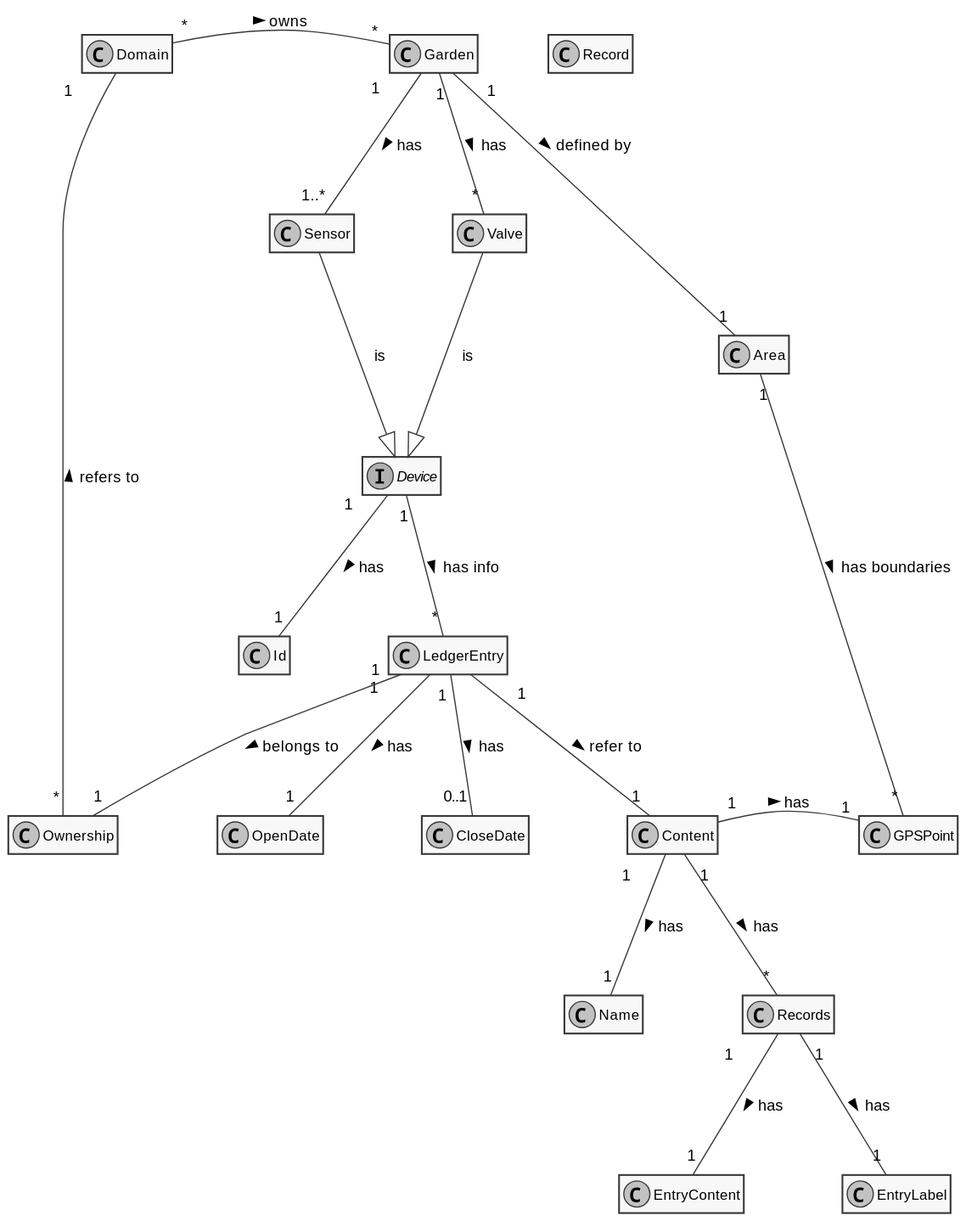
Before: docs/services/smart-irrigation/diagrams/model.svg, a diagram exported from PlantUML (FilipeMCruz/sensae-console).
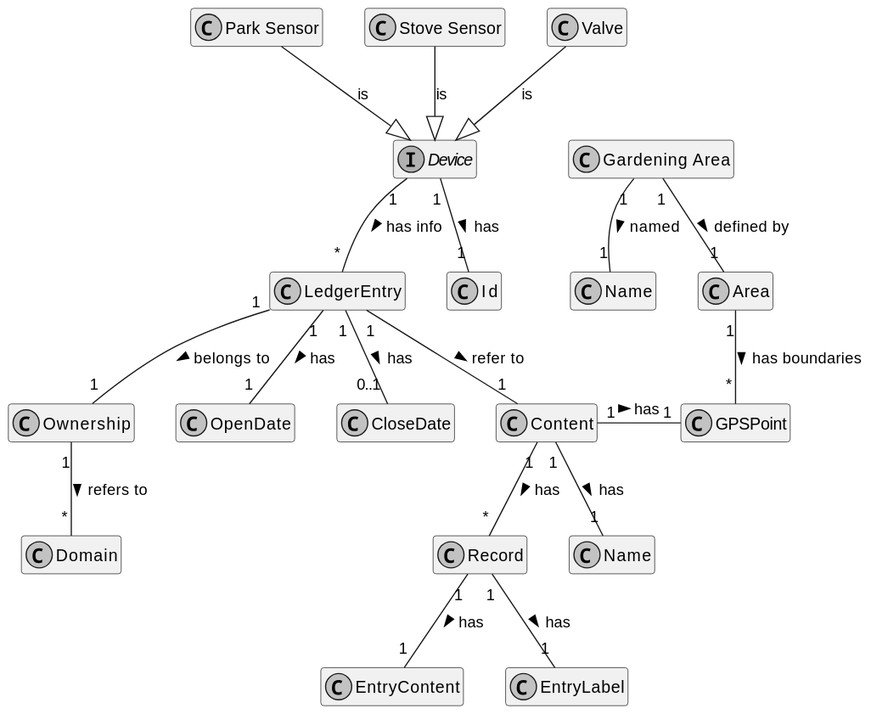
The same diagram one commit later.

What changed in the source:
```diff
@@ -6,11 +6,15 @@
 
 class Domain
 
-class Sensor
+class ParkSensor as "Park Sensor"
+
+class StoveSensor as "Stove Sensor"
 
 class Valve
 
-class Garden
+class Garden as "Gardening Area"
+
+class GardenName as "Name"
 
 interface Device
 
@@ -38,24 +42,23 @@
 
 class EntryLabel
 
-Domain "*" - "*" Garden: owns >
 Area "1" -- "*" GPSPoint: has boundaries >
 Garden "1" -- "1" Area: defined by >
-Garden "1" -- "1..*" Sensor: has >
-Garden "1" -- "*" Valve: has >
+Garden "1" -- "1" GardenName: named >
 Valve --|> Device : is
-Sensor --|> Device : is
+ParkSensor --|> Device : is
+StoveSensor --|> Device : is
 Device "1" -- "*" LedgerEntry: has info >
 Device "1" -- "1" Id: has >
 LedgerEntry "1" -- "1" OpenDate: has >
 LedgerEntry "1" -- "0..1" CloseDate: has >
 LedgerEntry "1" -- "1" Content: refer to >
 LedgerEntry "1" -- "1" Ownership: belongs to >
-Content "1" -- "*" Records: has >
+Content "1" -- "*" Record: has >
 Content "1" -- "1" Name: has >
 Content "1" - "1" GPSPoint: has >
-Domain "1" ---- "*" Ownership: refers to <
-Records "1" -- "1" EntryContent: has >
-Records "1" -- "1" EntryLabel: has >
+Ownership "1" -- "*" Domain: refers to >
+Record "1" -- "1" EntryContent: has >
+Record "1" -- "1" EntryLabel: has >
 
 @enduml
```
